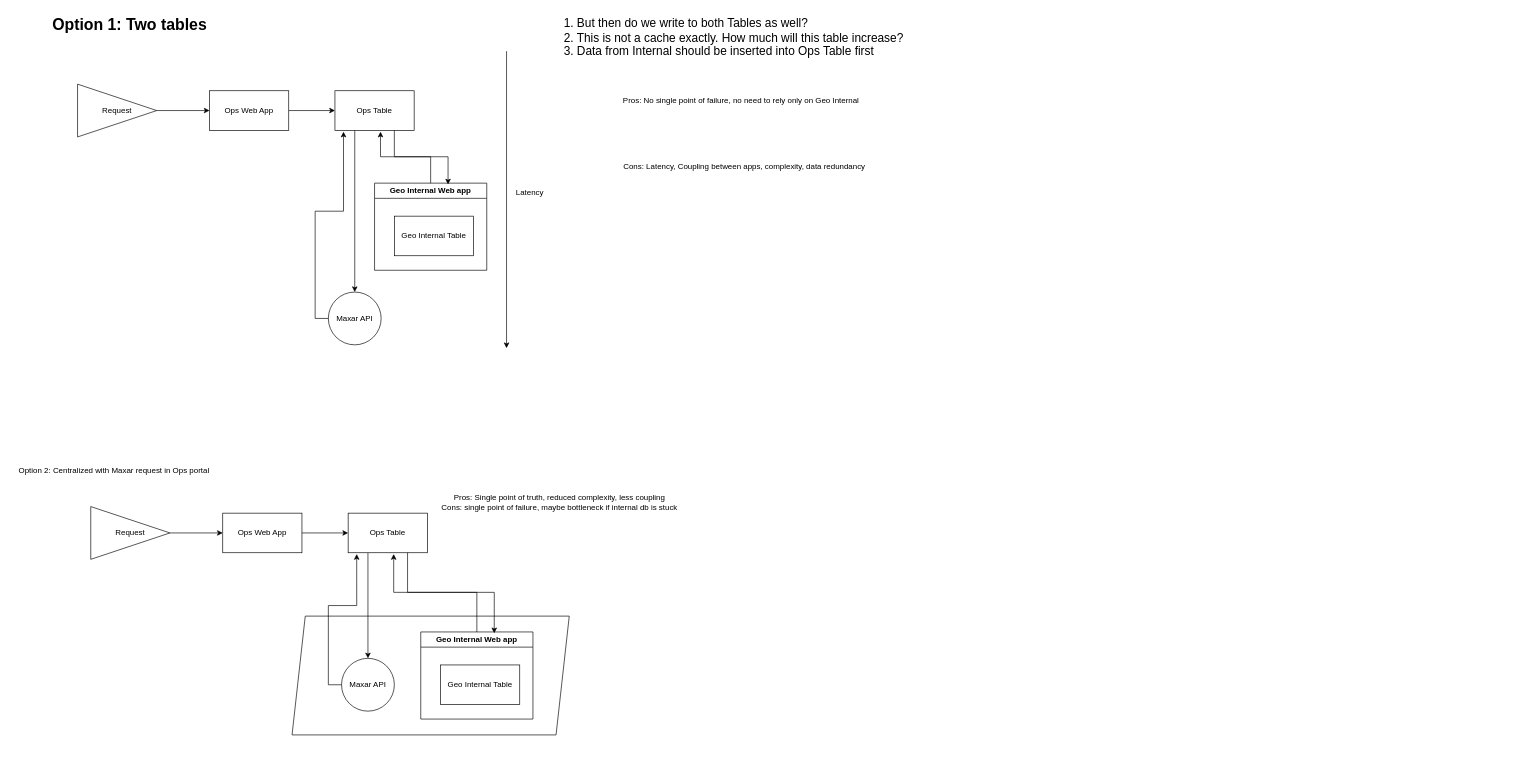
The draw.io diagram Untitled Diagram.drawio in DimVashkov/DimVashkov, before the edit. Source tidied: cells renumbered, new cells numbered last; positions are measured from the earlier drawing's top-left corner, leaving out a move shared by most shapes. Both pictures are drawn from the tidied source at 66%, with x=0, y=0 at pixel (11, 11).
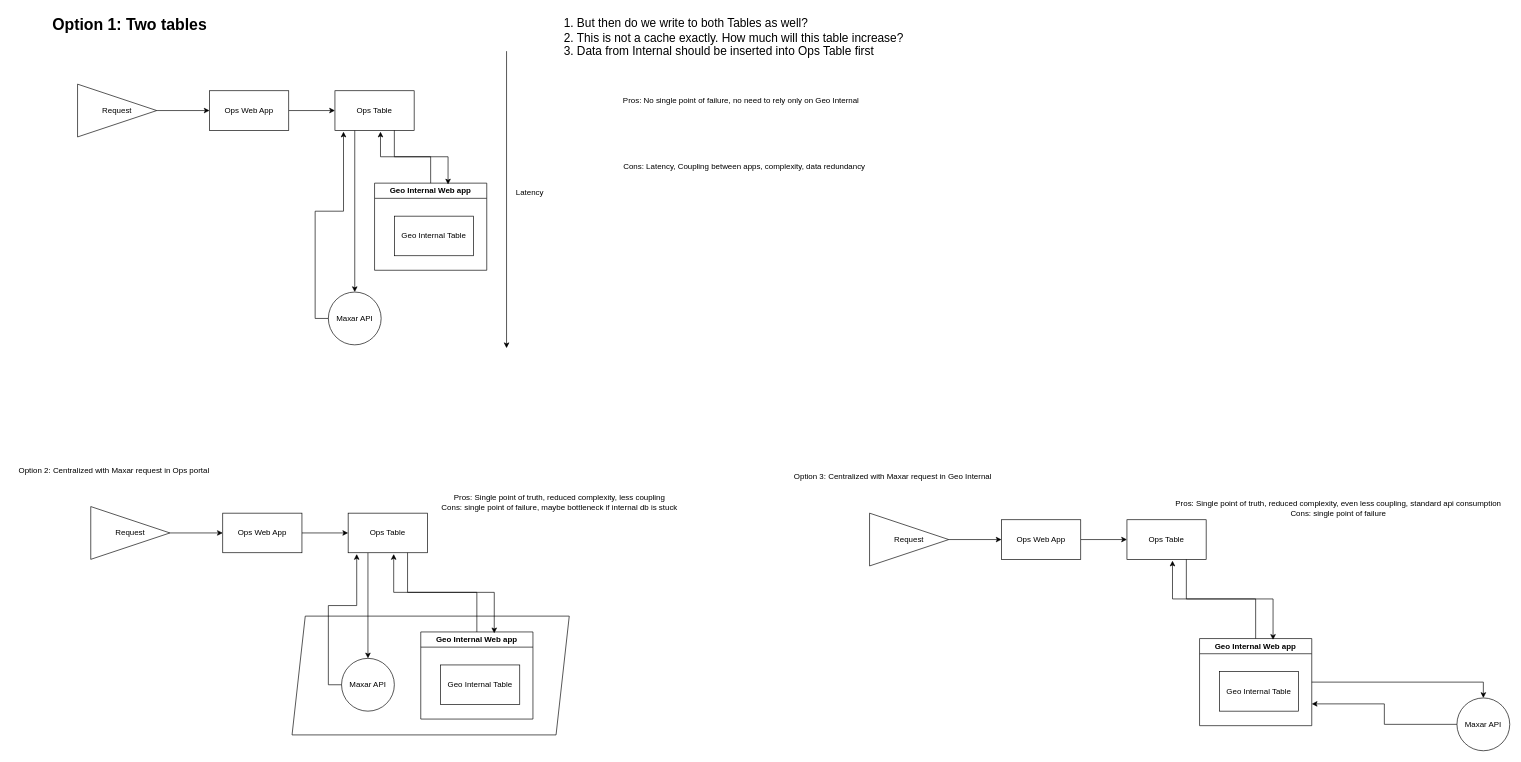
The same diagram, later.

Change to the diagram source:
```diff
@@
+    <mxCell id="35" value="Option 3: Centralized with Maxar request in Geo Internal" style="text;html=1;align=center;verticalAlign=middle;strokeColor=none;fillColor=none;" parent="1" vertex="1">
+      <mxGeometry x="1175" y="690" width="320" height="30" as="geometry" />
+    </mxCell>
+    <mxCell id="36" style="edgeStyle=orthogonalEdgeStyle;rounded=0;jettySize=auto;html=1;exitX=1;exitY=0.5;exitDx=0;exitDy=0;entryX=0;entryY=0.5;entryDx=0;entryDy=0;" parent="1" edge="1" source="37" target="42">
+      <mxGeometry relative="1" as="geometry" />
+    </mxCell>
+    <mxCell id="37" value="Request" style="triangle;whiteSpace=wrap;html=1;" parent="1" vertex="1">
+      <mxGeometry x="1300" y="760" width="120" height="80" as="geometry" />
+    </mxCell>
+    <mxCell id="38" value="Ops Table" style="rounded=0;whiteSpace=wrap;html=1;" parent="1" vertex="1">
+      <mxGeometry x="1690" y="770" width="120" height="60" as="geometry" />
+    </mxCell>
+    <mxCell id="39" style="edgeStyle=orthogonalEdgeStyle;rounded=0;jettySize=auto;html=1;exitX=0;exitY=0.5;exitDx=0;exitDy=0;entryX=1;entryY=0.75;entryDx=0;entryDy=0;" parent="1" edge="1" source="40" target="44">
+      <mxGeometry relative="1" as="geometry" />
+    </mxCell>
+    <mxCell id="40" value="Maxar API" style="ellipse;whiteSpace=wrap;html=1;" parent="1" vertex="1">
+      <mxGeometry x="2190" y="1040" width="80" height="80" as="geometry" />
+    </mxCell>
+    <mxCell id="41" style="edgeStyle=orthogonalEdgeStyle;rounded=0;jettySize=auto;html=1;exitX=1;exitY=0.5;exitDx=0;exitDy=0;entryX=0;entryY=0.5;entryDx=0;entryDy=0;" parent="1" edge="1" source="42" target="38">
+      <mxGeometry relative="1" as="geometry" />
+    </mxCell>
+    <mxCell id="42" value="Ops Web App" style="rounded=0;whiteSpace=wrap;html=1;" parent="1" vertex="1">
+      <mxGeometry x="1500" y="770" width="120" height="60" as="geometry" />
+    </mxCell>
+    <mxCell id="43" style="edgeStyle=orthogonalEdgeStyle;rounded=0;jettySize=auto;html=1;exitX=1;exitY=0.5;exitDx=0;exitDy=0;entryX=0.5;entryY=0;entryDx=0;entryDy=0;" parent="1" edge="1" source="44" target="40">
+      <mxGeometry relative="1" as="geometry" />
+    </mxCell>
+    <mxCell id="44" value="Geo Internal Web app" style="swimlane;whiteSpace=wrap;html=1;" parent="1" vertex="1">
+      <mxGeometry x="1800" y="950" width="170" height="132" as="geometry" />
+    </mxCell>
+    <mxCell id="45" value="Geo Internal Table" style="rounded=0;whiteSpace=wrap;html=1;" parent="44" vertex="1">
+      <mxGeometry x="30" y="50" width="120" height="60" as="geometry" />
+    </mxCell>
+    <mxCell id="46" style="edgeStyle=orthogonalEdgeStyle;rounded=0;jettySize=auto;html=1;exitX=0.75;exitY=1;exitDx=0;exitDy=0;entryX=0.655;entryY=0.015;entryDx=0;entryDy=0;entryPerimeter=0;" parent="1" edge="1" source="38" target="44">
+      <mxGeometry relative="1" as="geometry" />
+    </mxCell>
+    <mxCell id="47" style="edgeStyle=orthogonalEdgeStyle;rounded=0;jettySize=auto;html=1;exitX=0.5;exitY=0;exitDx=0;exitDy=0;entryX=0.575;entryY=1.033;entryDx=0;entryDy=0;entryPerimeter=0;" parent="1" edge="1" source="44" target="38">
+      <mxGeometry relative="1" as="geometry" />
+    </mxCell>
+    <mxCell id="48" value="Pros: Single point of truth, reduced complexity, even less coupling, standard api consumption&lt;div&gt;Cons: single point of failure&lt;/div&gt;" style="text;html=1;align=center;verticalAlign=middle;strokeColor=none;fillColor=none;" parent="1" vertex="1">
+      <mxGeometry x="1750" y="733" width="520" height="40" as="geometry" />
+    </mxCell>
```
